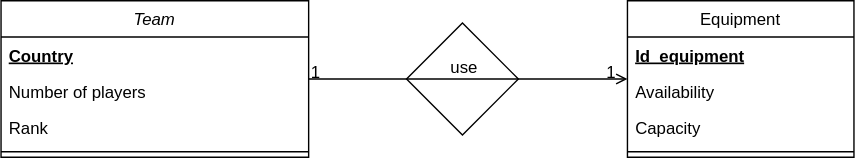
Earlier version of the draw.io export OWWC_structure.drawio.svg (adamadong/OWWC_en_Django). Source tidied: cells renumbered, new cells last; positions are measured from the earlier drawing's top-left corner, leaving out a move shared by most shapes.
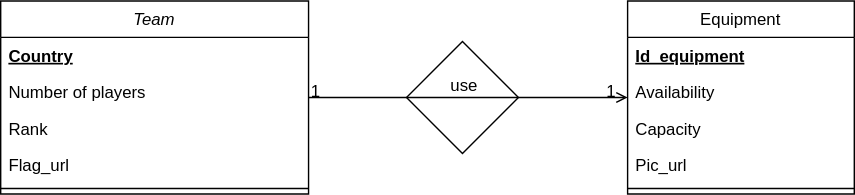
Above is the later version.

Change to the diagram source:
```diff
@@ -3,10 +3,10 @@
     <mxCell id="0" />
     <mxCell id="1" parent="0" />
     <mxCell id="2" style="rhombus;whiteSpace=wrap;html=1;" parent="1" vertex="1">
-      <mxGeometry x="290" y="16" width="80" height="80" as="geometry" />
+      <mxGeometry x="290" y="29" width="80" height="80" as="geometry" />
     </mxCell>
     <mxCell id="3" value="Team" style="swimlane;fontStyle=2;align=center;verticalAlign=top;horizontal=1;startSize=26;rounded=0;shadow=0;strokeWidth=1;" parent="1" vertex="1">
-      <mxGeometry width="220" height="112" as="geometry" />
+      <mxGeometry width="220" height="138" as="geometry" />
     </mxCell>
     <mxCell id="4" value="Country" style="text;align=left;verticalAlign=top;spacingLeft=4;spacingRight=4;overflow=hidden;fontStyle=5;" parent="3" vertex="1">
       <mxGeometry y="26" width="220" height="26" as="geometry" />
@@ -17,11 +17,14 @@
     <mxCell id="6" value="Rank" style="text;align=left;verticalAlign=top;spacingLeft=4;spacingRight=4;overflow=hidden;rounded=0;shadow=0;html=0;" parent="3" vertex="1">
       <mxGeometry y="78" width="220" height="26" as="geometry" />
     </mxCell>
+    <mxCell id="17" value="Flag_url" style="text;align=left;verticalAlign=top;spacingLeft=4;spacingRight=4;overflow=hidden;rounded=0;shadow=0;html=0;" parent="3" vertex="1">
+      <mxGeometry y="104" width="220" height="26" as="geometry" />
+    </mxCell>
     <mxCell id="7" style="line;html=1;strokeWidth=1;align=left;verticalAlign=middle;spacingTop=-1;spacingLeft=3;spacingRight=3;labelPosition=right;" parent="3" vertex="1">
-      <mxGeometry y="104" width="220" height="8" as="geometry" />
+      <mxGeometry y="130" width="220" height="8" as="geometry" />
     </mxCell>
     <mxCell id="8" value="Equipment" style="swimlane;fontStyle=0;align=center;verticalAlign=top;horizontal=1;startSize=26;rounded=0;shadow=0;strokeWidth=1;" parent="1" vertex="1">
-      <mxGeometry x="448" width="162" height="112" as="geometry" />
+      <mxGeometry x="448" width="162" height="138" as="geometry" />
     </mxCell>
     <mxCell id="9" value="Id_equipment" style="text;align=left;verticalAlign=top;spacingLeft=4;spacingRight=4;overflow=hidden;fontStyle=5;" parent="8" vertex="1">
       <mxGeometry y="26" width="162" height="26" as="geometry" />
@@ -32,8 +35,11 @@
     <mxCell id="11" value="Capacity" style="text;align=left;verticalAlign=top;spacingLeft=4;spacingRight=4;overflow=hidden;rounded=0;shadow=0;html=0;" parent="8" vertex="1">
       <mxGeometry y="78" width="162" height="26" as="geometry" />
     </mxCell>
+    <mxCell id="18" value="Pic_url" style="text;align=left;verticalAlign=top;spacingLeft=4;spacingRight=4;overflow=hidden;rounded=0;shadow=0;html=0;" parent="8" vertex="1">
+      <mxGeometry y="104" width="162" height="26" as="geometry" />
+    </mxCell>
     <mxCell id="12" style="line;html=1;strokeWidth=1;align=left;verticalAlign=middle;spacingTop=-1;spacingLeft=3;spacingRight=3;labelPosition=right;" parent="8" vertex="1">
-      <mxGeometry y="104" width="162" height="8" as="geometry" />
+      <mxGeometry y="130" width="162" height="8" as="geometry" />
     </mxCell>
     <mxCell id="13" style="endArrow=open;shadow=0;strokeWidth=1;rounded=0;endFill=1;edgeStyle=elbowEdgeStyle;elbow=vertical;" parent="1" edge="1" source="3" target="8">
       <mxGeometry x="0.5" y="41" relative="1" as="geometry">
```
